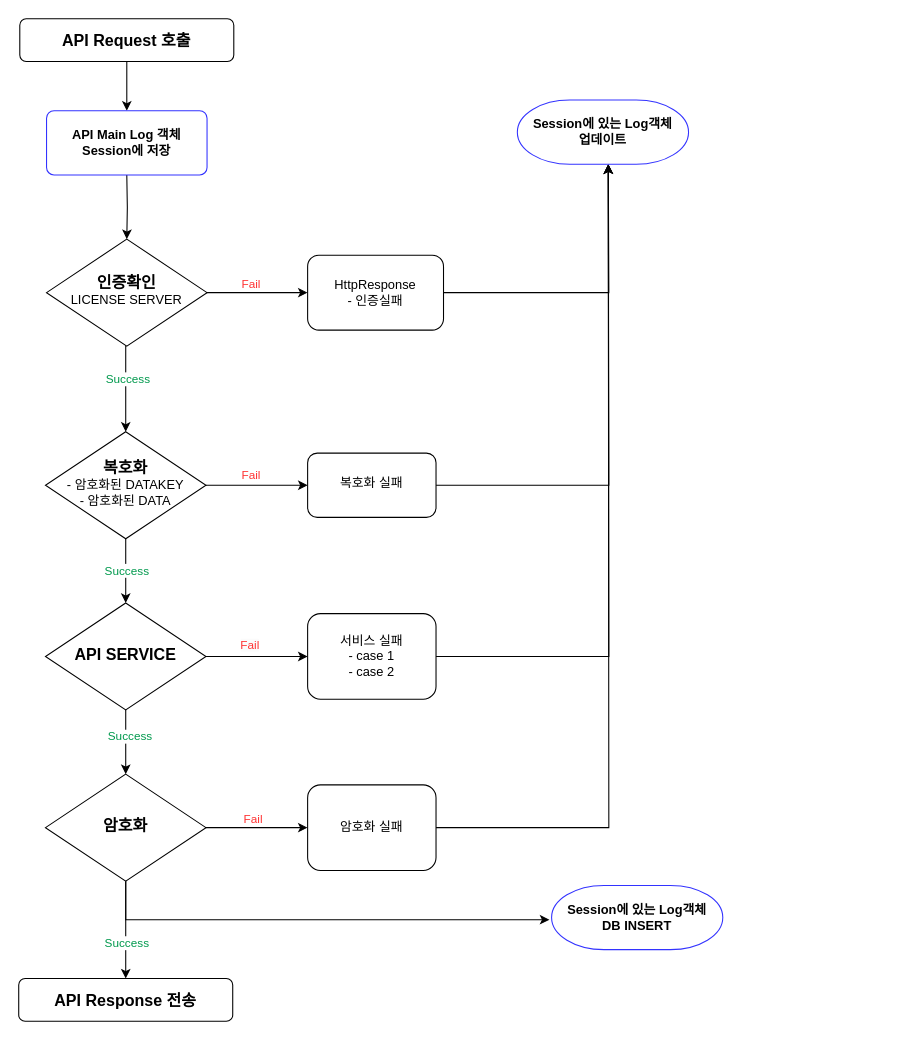
Before: page "페이지-3" (3 of 3) of 제목 없는 다이어그램.drawio in eunbinoh01/snstagram, a draw.io diagram. Source tidied: cells renumbered, new cells numbered last; positions are measured from the earlier drawing's top-left corner, leaving out a move shared by most shapes. Both pictures are drawn from the tidied source at 107%, with x=0, y=0 at pixel (18, 18).
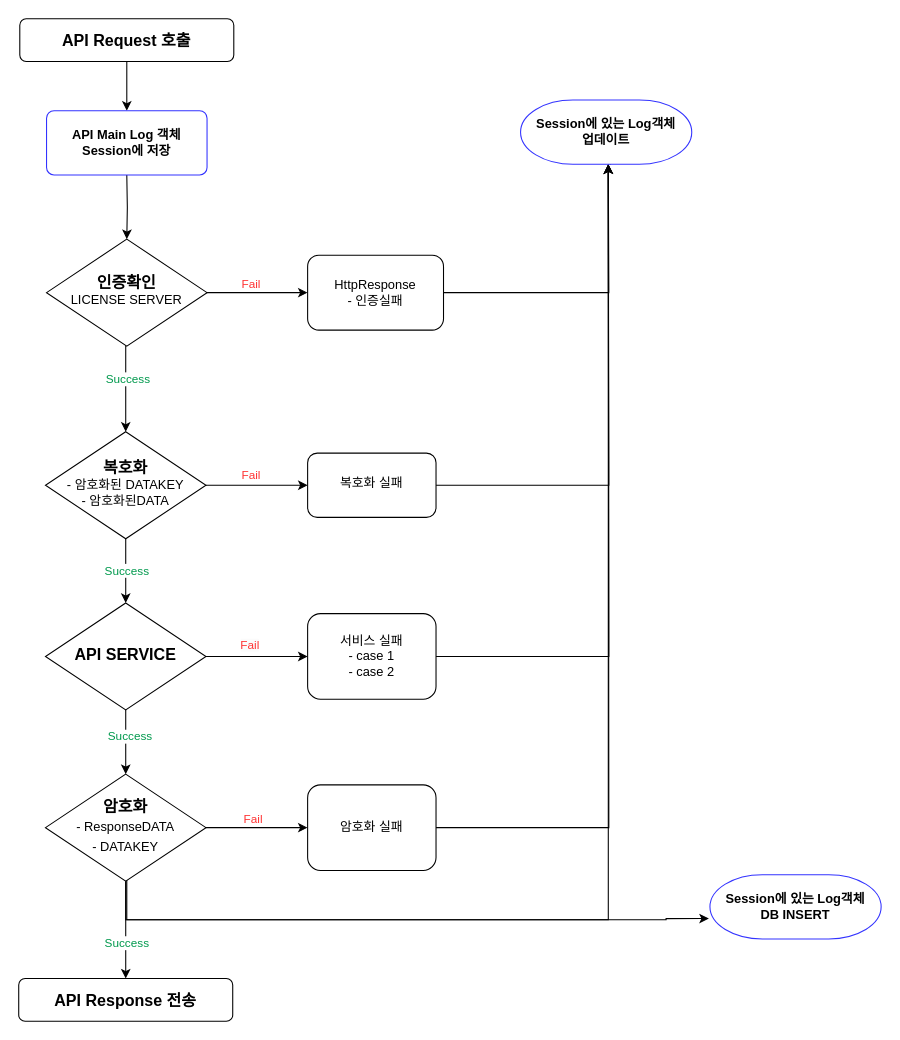
Above is the later version.

Change to the diagram source:
```diff
@@
-    <mxCell id="14" value="&lt;b&gt;&lt;font style=&quot;font-size: 15px;&quot;&gt;복호화&lt;/font&gt;&lt;/b&gt;&lt;br&gt;- 암호화된 DATAKEY&lt;br&gt;- 암호화된 DATA" style="rhombus;whiteSpace=wrap;html=1;shadow=0;fontFamily=Helvetica;fontSize=12;align=center;strokeWidth=1;spacing=6;spacingTop=-4;" parent="1" vertex="1">
+    <mxCell id="14" value="&lt;b&gt;&lt;font style=&quot;font-size: 15px;&quot;&gt;복호화&lt;/font&gt;&lt;/b&gt;&lt;br&gt;- 암호화된 DATAKEY&lt;br&gt;- 암호화된DATA" style="rhombus;whiteSpace=wrap;html=1;shadow=0;fontFamily=Helvetica;fontSize=12;align=center;strokeWidth=1;spacing=6;spacingTop=-4;" parent="1" vertex="1">
       <mxGeometry x="25" y="386" width="150" height="100" as="geometry" />
     </mxCell>
@@
-    <mxCell id="26" style="edgeStyle=orthogonalEdgeStyle;rounded=0;orthogonalLoop=1;jettySize=auto;html=1;entryX=0;entryY=0.5;entryDx=0;entryDy=0;entryPerimeter=0;" parent="1" edge="1">
+    <mxCell id="26" style="edgeStyle=orthogonalEdgeStyle;rounded=0;jettySize=auto;html=1;entryX=-0.006;entryY=0.683;entryDx=0;entryDy=0;entryPerimeter=0;" parent="1" edge="1" target="35">
       <mxGeometry relative="1" as="geometry">
         <mxPoint x="100" y="802" as="sourcePoint" />
-        <mxPoint x="496" y="842" as="targetPoint" />
         <Array as="points">
           <mxPoint x="100" y="842" />
+          <mxPoint x="605" y="842" />
         </Array>
       </mxGeometry>
     </mxCell>
+    <mxCell id="38" style="edgeStyle=orthogonalEdgeStyle;rounded=0;orthogonalLoop=1;jettySize=auto;html=1;exitX=0.5;exitY=1;exitDx=0;exitDy=0;" parent="1" edge="1">
+      <mxGeometry relative="1" as="geometry">
+        <mxPoint x="95.5" y="802" as="sourcePoint" />
+        <mxPoint x="544.5" y="132" as="targetPoint" />
+        <Array as="points">
+          <mxPoint x="101" y="842" />
+          <mxPoint x="551" y="842" />
+          <mxPoint x="551" y="132" />
+        </Array>
+      </mxGeometry>
+    </mxCell>
-    <mxCell id="27" value="&lt;b&gt;&lt;font style=&quot;font-size: 15px;&quot;&gt;암호화&lt;/font&gt;&lt;/b&gt;" style="rhombus;whiteSpace=wrap;html=1;shadow=0;fontFamily=Helvetica;fontSize=12;align=center;strokeWidth=1;spacing=6;spacingTop=-4;" parent="1" vertex="1">
+    <mxCell id="27" value="&lt;b&gt;&lt;font style=&quot;font-size: 15px;&quot;&gt;암호화&lt;br&gt;&lt;/font&gt;&lt;/b&gt;- ResponseDATA&lt;b&gt;&lt;font style=&quot;font-size: 15px;&quot;&gt;&lt;br&gt;&lt;/font&gt;&lt;/b&gt;- DATAKEY&lt;b&gt;&lt;font style=&quot;font-size: 15px;&quot;&gt;&lt;br&gt;&lt;/font&gt;&lt;/b&gt;" style="rhombus;whiteSpace=wrap;html=1;shadow=0;fontFamily=Helvetica;fontSize=12;align=center;strokeWidth=1;spacing=6;spacingTop=-4;" parent="1" vertex="1">
       <mxGeometry x="25" y="706" width="150" height="100" as="geometry" />
     </mxCell>
@@
     <mxCell id="35" value="&lt;b style=&quot;border-color: var(--border-color);&quot;&gt;Session에 있는 Log객체&lt;br style=&quot;border-color: var(--border-color);&quot;&gt;DB INSERT&lt;/b&gt;" style="strokeWidth=1;html=1;shape=mxgraph.flowchart.terminator;whiteSpace=wrap;strokeColor=#3333FF;" parent="1" vertex="1">
-      <mxGeometry x="498" y="810" width="160" height="60" as="geometry" />
+      <mxGeometry x="646" y="800" width="160" height="60" as="geometry" />
     </mxCell>
     <mxCell id="36" value="&lt;b style=&quot;border-color: var(--border-color);&quot;&gt;Session에 있는 Log객체&lt;br style=&quot;border-color: var(--border-color);&quot;&gt;업데이트&lt;/b&gt;" style="strokeWidth=1;html=1;shape=mxgraph.flowchart.terminator;whiteSpace=wrap;strokeColor=#3333FF;" parent="1" vertex="1">
-      <mxGeometry x="466" y="76" width="160" height="60" as="geometry" />
+      <mxGeometry x="469" y="76" width="160" height="60" as="geometry" />
     </mxCell>
```
